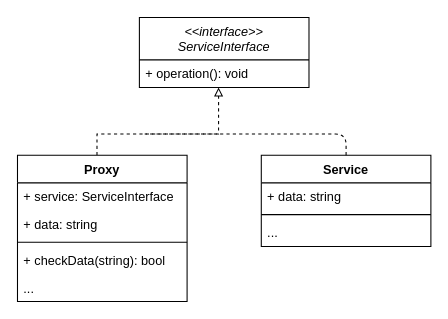
Before: Structural/Proxy/UML Proxy.drawio in devlubinets/todo, a draw.io diagram. Source tidied: cells renumbered, new cells numbered last; positions are measured from the earlier drawing's top-left corner, leaving out a move shared by most shapes. Both pictures are drawn from the tidied source at 106%, with x=0, y=0 at pixel (17, 17).
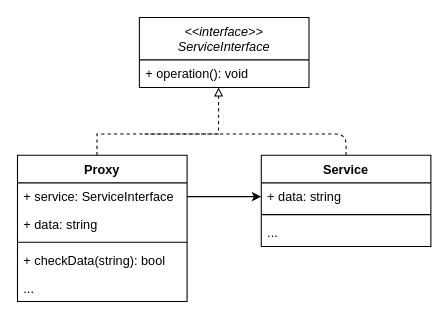
After the change.

The change refers to these unchanged cells:
```xml
<mxCell id="4" value="+ service: ServiceInterface" style="text;strokeColor=none;fillColor=none;align=left;verticalAlign=top;spacingLeft=4;spacingRight=4;overflow=hidden;points=[[0,0.5],[1,0.5]];portConstraint=eastwest;" parent="3" vertex="1">
  <mxGeometry y="26" width="160" height="26" as="geometry" />
</mxCell>
<mxCell id="12" value="+ data: string" style="text;strokeColor=none;fillColor=none;align=left;verticalAlign=top;spacingLeft=4;spacingRight=4;overflow=hidden;points=[[0,0.5],[1,0.5]];portConstraint=eastwest;" parent="11" vertex="1">
  <mxGeometry y="26" width="160" height="26" as="geometry" />
</mxCell>
```

What changed in the source:
```diff
@@
+    <mxCell id="16" style="edgeStyle=orthogonalEdgeStyle;rounded=0;jettySize=auto;html=1;entryX=0;entryY=0.5;entryDx=0;entryDy=0;" parent="1" edge="1" source="4" target="12">
+      <mxGeometry relative="1" as="geometry" />
+    </mxCell>
```
